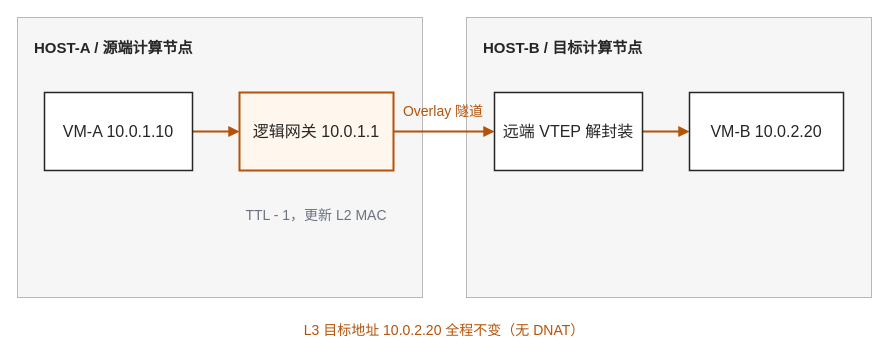
cafebeef1/cafebeef1.github.io keeps this draw.io diagram as diagrams/distributed-routing.drawio. Above is the earlier version. Source tidied: cells renumbered, new cells numbered last; positions are measured from the earlier drawing's top-left corner, leaving out a move shared by most shapes. Both pictures are drawn from the tidied source at 100%, with x=0, y=0 at pixel (17, 17).
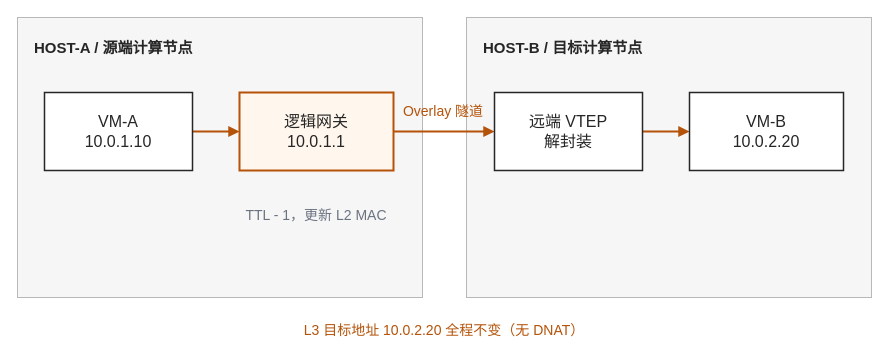
The same page after the edit.

Diff of the diagram source:
```diff
@@
 <mxGraphModel>
   <root>
     <mxCell id="0" />
     <mxCell id="1" parent="0" />
     <mxCell id="2" value="HOST-A / 源端计算节点" style="rounded=0;whiteSpace=wrap;html=0;fillColor=#f6f6f6;strokeColor=#b8b8b8;strokeWidth=1;align=left;verticalAlign=top;spacingTop=15;spacingLeft=15;fontStyle=1;fontSize=15;fontColor=#262626;" parent="1" vertex="1">
       <mxGeometry width="405" height="280" as="geometry" />
     </mxCell>
     <mxCell id="3" value="HOST-B / 目标计算节点" style="rounded=0;whiteSpace=wrap;html=0;fillColor=#f6f6f6;strokeColor=#b8b8b8;strokeWidth=1;align=left;verticalAlign=top;spacingTop=15;spacingLeft=15;fontStyle=1;fontSize=15;fontColor=#262626;" parent="1" vertex="1">
       <mxGeometry x="449" width="405" height="280" as="geometry" />
     </mxCell>
     <mxCell id="4" style="edgeStyle=none;html=0;rounded=0;strokeColor=#b45309;strokeWidth=2;endArrow=block;endFill=1;" parent="1" edge="1">
       <mxGeometry relative="1" as="geometry">
         <mxPoint x="175" y="114" as="sourcePoint" />
         <mxPoint x="222" y="114" as="targetPoint" />
       </mxGeometry>
     </mxCell>
     <mxCell id="5" style="edgeStyle=none;html=0;rounded=0;strokeColor=#b45309;strokeWidth=2;endArrow=block;endFill=1;" parent="1" edge="1">
       <mxGeometry relative="1" as="geometry">
         <mxPoint x="376" y="114" as="sourcePoint" />
         <mxPoint x="477" y="114" as="targetPoint" />
       </mxGeometry>
     </mxCell>
     <mxCell id="6" style="edgeStyle=none;html=0;rounded=0;strokeColor=#b45309;strokeWidth=2;endArrow=block;endFill=1;" parent="1" edge="1">
       <mxGeometry relative="1" as="geometry">
         <mxPoint x="625" y="114" as="sourcePoint" />
         <mxPoint x="672" y="114" as="targetPoint" />
       </mxGeometry>
     </mxCell>
-    <mxCell id="7" value="VM-A 10.0.1.10" style="rounded=0;whiteSpace=wrap;html=0;fillColor=#fff;strokeColor=#262626;strokeWidth=1.5;fontSize=16;fontColor=#262626;align=center;verticalAlign=middle;spacing=5;" parent="1" vertex="1">
+    <mxCell id="7" value="VM-A&#10;10.0.1.10" style="rounded=0;whiteSpace=wrap;html=0;fillColor=#fff;strokeColor=#262626;strokeWidth=1.5;fontSize=16;fontColor=#262626;align=center;verticalAlign=middle;spacing=5;" parent="1" vertex="1">
       <mxGeometry x="27" y="75" width="148" height="78" as="geometry" />
     </mxCell>
-    <mxCell id="8" value="逻辑网关 10.0.1.1" style="rounded=0;whiteSpace=wrap;html=0;fillColor=#fff7ed;strokeColor=#b45309;strokeWidth=2;fontSize=16;fontColor=#262626;align=center;verticalAlign=middle;spacing=5;" parent="1" vertex="1">
+    <mxCell id="8" value="逻辑网关&#10;10.0.1.1" style="rounded=0;whiteSpace=wrap;html=0;fillColor=#fff7ed;strokeColor=#b45309;strokeWidth=2;fontSize=16;fontColor=#262626;align=center;verticalAlign=middle;spacing=5;" parent="1" vertex="1">
       <mxGeometry x="222" y="75" width="154" height="78" as="geometry" />
     </mxCell>
-    <mxCell id="9" value="远端 VTEP 解封装" style="rounded=0;whiteSpace=wrap;html=0;fillColor=#fff;strokeColor=#262626;strokeWidth=1.5;fontSize=16;fontColor=#262626;align=center;verticalAlign=middle;spacing=5;" parent="1" vertex="1">
+    <mxCell id="9" value="远端 VTEP&#10;解封装" style="rounded=0;whiteSpace=wrap;html=0;fillColor=#fff;strokeColor=#262626;strokeWidth=1.5;fontSize=16;fontColor=#262626;align=center;verticalAlign=middle;spacing=5;" parent="1" vertex="1">
       <mxGeometry x="477" y="75" width="148" height="78" as="geometry" />
     </mxCell>
-    <mxCell id="10" value="VM-B 10.0.2.20" style="rounded=0;whiteSpace=wrap;html=0;fillColor=#fff;strokeColor=#262626;strokeWidth=1.5;fontSize=16;fontColor=#262626;align=center;verticalAlign=middle;spacing=5;" parent="1" vertex="1">
+    <mxCell id="10" value="VM-B&#10;10.0.2.20" style="rounded=0;whiteSpace=wrap;html=0;fillColor=#fff;strokeColor=#262626;strokeWidth=1.5;fontSize=16;fontColor=#262626;align=center;verticalAlign=middle;spacing=5;" parent="1" vertex="1">
       <mxGeometry x="672" y="75" width="154" height="78" as="geometry" />
     </mxCell>
     <mxCell id="11" value="Overlay 隧道" style="text;html=0;strokeColor=none;fillColor=none;align=center;verticalAlign=middle;fontColor=#b45309;fontSize=14;" parent="1" vertex="1">
       <mxGeometry x="196" y="79" width="460" height="27" as="geometry" />
     </mxCell>
     <mxCell id="12" value="TTL - 1，更新 L2 MAC" style="text;html=0;strokeColor=none;fillColor=none;align=center;verticalAlign=middle;fontColor=#6b7280;fontSize=14;" parent="1" vertex="1">
       <mxGeometry x="69" y="183" width="460" height="27" as="geometry" />
     </mxCell>
     <mxCell id="13" value="L3 目标地址 10.0.2.20 全程不变（无 DNAT）" style="text;html=0;strokeColor=none;fillColor=none;align=center;verticalAlign=middle;fontColor=#b45309;fontSize=14;" parent="1" vertex="1">
       <mxGeometry x="197" y="298" width="460" height="27" as="geometry" />
     </mxCell>
   </root>
 </mxGraphModel>
```
